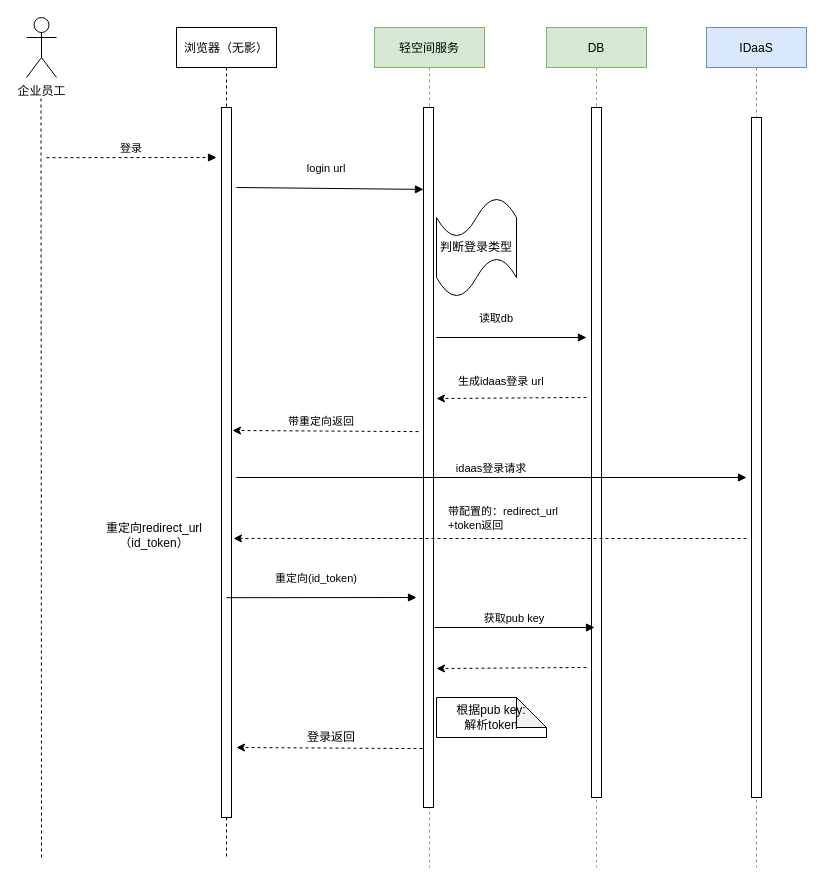
This is idaas_flow_login.drawio from chenkangzeng/appstreaming, a draw.io file, before an edit. Source tidied: cells renumbered, new cells numbered last; positions are measured from the earlier drawing's top-left corner, leaving out a move shared by most shapes. Both pictures are drawn from the tidied source at 100%, with x=0, y=0 at pixel (26, 17).
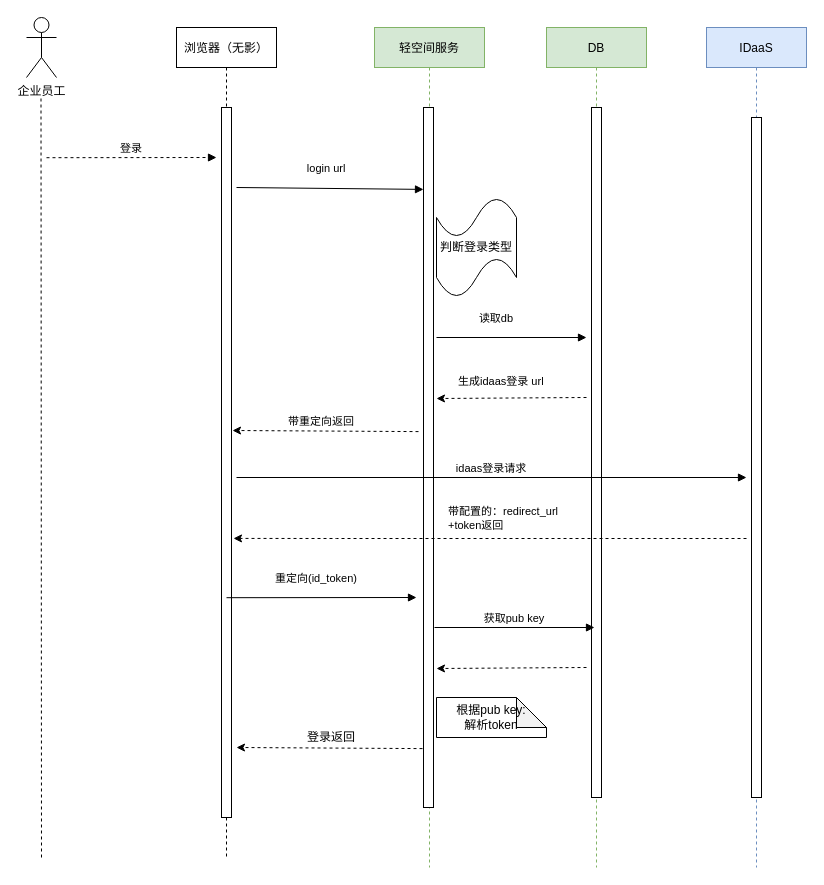
Above is the later version.

The edit, as a diff of the source:
```diff
@@
-    <mxCell id="17" value="重定向redirect_url（id_token）" style="text;html=1;strokeColor=none;fillColor=none;align=center;verticalAlign=middle;whiteSpace=wrap;rounded=0;" parent="1" vertex="1">
-      <mxGeometry x="73" y="515" width="110" height="5" as="geometry" />
-    </mxCell>
```
